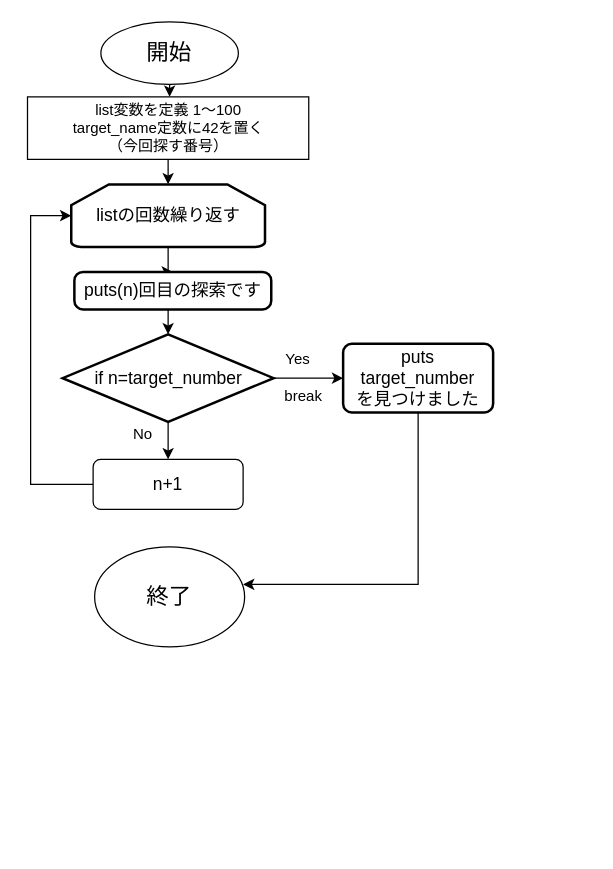
The draw.io diagram Untitled Diagram.drawio in TOUTA-T/achieve, before the edit. Source tidied: cells renumbered, new cells numbered last; positions are measured from the earlier drawing's top-left corner, leaving out a move shared by most shapes. Both pictures are drawn from the tidied source at 125%, with x=0, y=0 at pixel (28, 21).
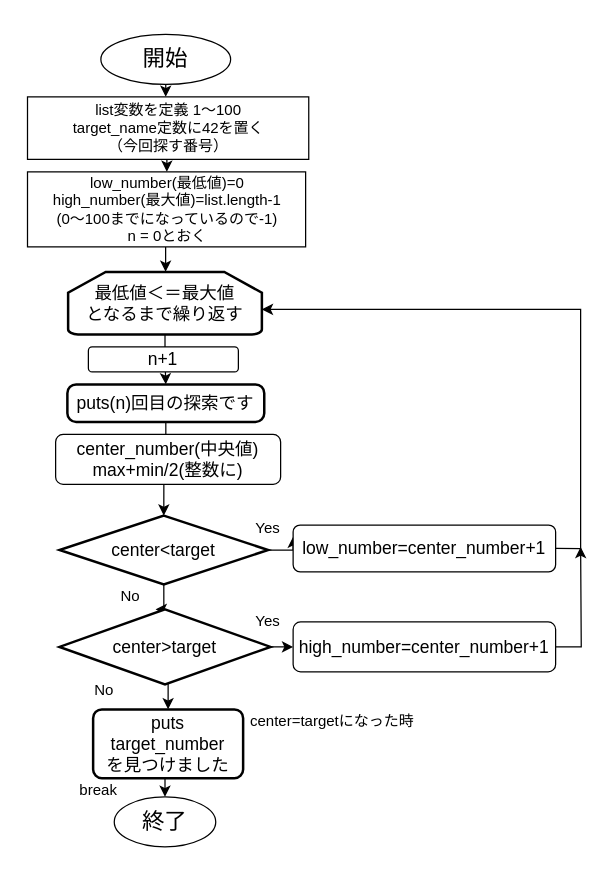
The same diagram, later.

Unchanged cells that the change refers to:
```xml
<mxCell id="6" value="list変数を定義 1～100&lt;br&gt;target_name定数に42を置く&lt;br&gt;（今回探す番号）" style="rounded=0;whiteSpace=wrap;html=1;" parent="1" vertex="1">
  <mxGeometry x="-0.5" y="60" width="225" height="50" as="geometry" />
</mxCell>
```

The edit, as a diff of the source:
```diff
@@
     <mxCell id="3" value="&lt;font style=&quot;font-size: 18px&quot;&gt;開始&lt;/font&gt;" style="ellipse;whiteSpace=wrap;html=1;" parent="1" vertex="1">
-      <mxGeometry x="58.2" width="110" height="50" as="geometry" />
+      <mxGeometry x="58.2" y="10" width="103.8" height="40" as="geometry" />
     </mxCell>
     <mxCell id="4" value="&lt;font style=&quot;font-size: 18px&quot;&gt;終了&lt;/font&gt;" style="ellipse;whiteSpace=wrap;html=1;" parent="1" vertex="1">
-      <mxGeometry x="53.2" y="420" width="120" height="80" as="geometry" />
+      <mxGeometry x="68.9" y="620" width="81.2" height="40" as="geometry" />
     </mxCell>
-    <mxCell id="5" style="edgeStyle=elbowEdgeStyle;rounded=0;jettySize=auto;html=1;fontSize=14;" parent="1" edge="1" source="6" target="8">
+    <mxCell id="5" style="edgeStyle=elbowEdgeStyle;rounded=0;jettySize=auto;html=1;fontSize=14;" parent="1" edge="1" source="23" target="8">
       <mxGeometry relative="1" as="geometry" />
     </mxCell>
@@
-    <mxCell id="7" style="edgeStyle=orthogonalEdgeStyle;rounded=0;jettySize=auto;html=1;exitX=0.5;exitY=1;exitDx=0;exitDy=0;exitPerimeter=0;" parent="1" edge="1" source="8" target="13">
+    <mxCell id="7" style="edgeStyle=orthogonalEdgeStyle;rounded=0;jettySize=auto;html=1;exitX=0.5;exitY=1;exitDx=0;exitDy=0;exitPerimeter=0;entryX=0.5;entryY=0;entryDx=0;entryDy=0;" parent="1" edge="1" source="8" target="13">
       <mxGeometry relative="1" as="geometry" />
     </mxCell>
-    <mxCell id="8" value="listの回数繰り返す" style="strokeWidth=2;html=1;shape=mxgraph.flowchart.loop_limit;whiteSpace=wrap;fontSize=14;" parent="1" vertex="1">
-      <mxGeometry x="34.5" y="130" width="155" height="50" as="geometry" />
+    <mxCell id="8" value="最低値＜＝最大値&lt;br&gt;となるまで繰り返す" style="strokeWidth=2;html=1;shape=mxgraph.flowchart.loop_limit;whiteSpace=wrap;fontSize=14;" parent="1" vertex="1">
+      <mxGeometry x="32" y="200" width="155" height="50" as="geometry" />
     </mxCell>
-    <mxCell id="9" style="edgeStyle=orthogonalEdgeStyle;rounded=0;jettySize=auto;html=1;exitX=0.5;exitY=1;exitDx=0;exitDy=0;entryX=0.5;entryY=0;entryDx=0;entryDy=0;" parent="1" edge="1" source="11" target="15">
-      <mxGeometry relative="1" as="geometry" />
-    </mxCell>
-    <mxCell id="10" style="edgeStyle=orthogonalEdgeStyle;rounded=0;jettySize=auto;html=1;" parent="1" edge="1" source="11" target="18">
+    <mxCell id="10" style="edgeStyle=orthogonalEdgeStyle;rounded=0;jettySize=auto;html=1;exitX=0.5;exitY=1;exitDx=0;exitDy=0;entryX=0.5;entryY=0;entryDx=0;entryDy=0;" parent="1" edge="1" source="11" target="18">
       <mxGeometry relative="1" as="geometry" />
     </mxCell>
+    <mxCell id="22" style="edgeStyle=orthogonalEdgeStyle;rounded=0;jettySize=auto;html=1;exitX=1;exitY=0.5;exitDx=0;exitDy=0;entryX=0;entryY=0.25;entryDx=0;entryDy=0;" parent="1" edge="1" source="11" target="31">
+      <mxGeometry relative="1" as="geometry" />
+    </mxCell>
-    <mxCell id="11" value="if n=target_number" style="rhombus;whiteSpace=wrap;html=1;fontFamily=Helvetica;fontSize=14;fontColor=#000000;align=center;strokeColor=#000000;strokeWidth=2;fillColor=#ffffff;" parent="1" vertex="1">
-      <mxGeometry x="27.6" y="250" width="168.8" height="70" as="geometry" />
+    <mxCell id="11" value="center&amp;lt;target" style="rhombus;whiteSpace=wrap;html=1;fontFamily=Helvetica;fontSize=14;fontColor=#000000;align=center;strokeColor=#000000;strokeWidth=2;fillColor=#ffffff;" parent="1" vertex="1">
+      <mxGeometry x="25.1" y="395" width="166.9" height="55" as="geometry" />
     </mxCell>
@@
     <mxCell id="13" value="puts(n)回目の探索です" style="rounded=1;whiteSpace=wrap;html=1;absoluteArcSize=1;arcSize=14;strokeWidth=2;fontSize=14;" parent="1" vertex="1">
-      <mxGeometry x="37" y="200" width="157.5" height="30" as="geometry" />
+      <mxGeometry x="31.4" y="290" width="157.5" height="30" as="geometry" />
     </mxCell>
-    <mxCell id="14" style="edgeStyle=orthogonalEdgeStyle;rounded=0;jettySize=auto;elbow=vertical;html=1;exitX=0;exitY=0.5;exitDx=0;exitDy=0;fontSize=14;entryX=0;entryY=0.5;entryDx=0;entryDy=0;entryPerimeter=0;" parent="1" edge="1" source="15" target="8">
-      <mxGeometry relative="1" as="geometry">
-        <Array as="points">
-          <mxPoint x="2" y="370" />
-          <mxPoint x="2" y="155" />
-        </Array>
-      </mxGeometry>
-    </mxCell>
-    <mxCell id="15" value="n+1" style="rounded=1;whiteSpace=wrap;html=1;fontFamily=Helvetica;fontSize=14;fontColor=#000000;align=center;strokeColor=#000000;fillColor=#ffffff;" parent="1" vertex="1">
-      <mxGeometry x="52" y="350" width="120" height="40" as="geometry" />
-    </mxCell>
     <mxCell id="16" value="No" style="text;html=1;strokeColor=none;fillColor=none;align=center;verticalAlign=middle;whiteSpace=wrap;rounded=0;" parent="1" vertex="1">
-      <mxGeometry x="72" y="320" width="40" height="20" as="geometry" />
+      <mxGeometry x="41.4" y="525" width="40" height="20" as="geometry" />
     </mxCell>
-    <mxCell id="17" style="edgeStyle=orthogonalEdgeStyle;rounded=0;jettySize=auto;html=1;exitX=0.5;exitY=1;exitDx=0;exitDy=0;entryX=0.99;entryY=0.375;entryDx=0;entryDy=0;entryPerimeter=0;" parent="1" edge="1" source="18" target="4">
-      <mxGeometry relative="1" as="geometry">
-        <Array as="points">
-          <mxPoint x="312" y="450" />
-        </Array>
-      </mxGeometry>
+    <mxCell id="17" style="edgeStyle=orthogonalEdgeStyle;rounded=0;jettySize=auto;html=1;exitX=0.5;exitY=1;exitDx=0;exitDy=0;entryX=0.5;entryY=0;entryDx=0;entryDy=0;" parent="1" edge="1" source="18" target="4">
+      <mxGeometry relative="1" as="geometry" />
     </mxCell>
     <mxCell id="18" value="puts&lt;br&gt;target_number&lt;br&gt;を見つけました" style="rounded=1;whiteSpace=wrap;html=1;absoluteArcSize=1;arcSize=14;strokeWidth=2;fontSize=14;" parent="1" vertex="1">
-      <mxGeometry x="252" y="257.5" width="120" height="55" as="geometry" />
+      <mxGeometry x="52" y="550" width="120" height="55" as="geometry" />
     </mxCell>
     <mxCell id="19" value="Yes" style="text;html=1;strokeColor=none;fillColor=none;align=center;verticalAlign=middle;whiteSpace=wrap;rounded=0;" parent="1" vertex="1">
-      <mxGeometry x="196.4" y="260" width="40" height="20" as="geometry" />
+      <mxGeometry x="172" y="395" width="40" height="20" as="geometry" />
     </mxCell>
@@
     <mxCell id="21" value="break" style="text;html=1;align=center;verticalAlign=middle;" parent="1" vertex="1">
-      <mxGeometry x="194.5" y="290" width="50" height="20" as="geometry" />
+      <mxGeometry x="31.4" y="605" width="50" height="20" as="geometry" />
     </mxCell>
+    <mxCell id="23" value="low_number(最低値)=0&lt;br&gt;high_number(最大値)=list.length-1&lt;br&gt;(0～100までになっているので-1)&lt;br&gt;n = 0とおく" style="rounded=0;whiteSpace=wrap;html=1;" parent="1" vertex="1">
+      <mxGeometry x="-0.5" y="120" width="222.5" height="60" as="geometry" />
+    </mxCell>
+    <mxCell id="24" style="edgeStyle=elbowEdgeStyle;rounded=0;jettySize=auto;html=1;fontSize=14;" parent="1" edge="1" source="6" target="23">
+      <mxGeometry relative="1" as="geometry" />
+    </mxCell>
+    <mxCell id="15" value="n+1" style="rounded=1;whiteSpace=wrap;html=1;fontFamily=Helvetica;fontSize=14;fontColor=#000000;align=center;strokeColor=#000000;fillColor=#ffffff;" parent="1" vertex="1">
+      <mxGeometry x="48.2" y="260" width="120" height="20" as="geometry" />
+    </mxCell>
+    <mxCell id="25" value="center_number(中央値)&lt;br&gt;max+min/2(整数に)" style="rounded=1;whiteSpace=wrap;html=1;fontFamily=Helvetica;fontSize=14;fontColor=#000000;align=center;strokeColor=#000000;fillColor=#ffffff;" parent="1" vertex="1">
+      <mxGeometry x="22" y="330" width="180" height="40" as="geometry" />
+    </mxCell>
+    <mxCell id="26" style="edgeStyle=orthogonalEdgeStyle;rounded=0;jettySize=auto;html=1;exitX=1;exitY=0.5;exitDx=0;exitDy=0;entryX=0;entryY=0.5;entryDx=0;entryDy=0;" parent="1" edge="1" source="28" target="33">
+      <mxGeometry relative="1" as="geometry" />
+    </mxCell>
+    <mxCell id="27" style="edgeStyle=orthogonalEdgeStyle;rounded=0;jettySize=auto;html=1;exitX=0.5;exitY=0;exitDx=0;exitDy=0;entryX=1;entryY=1;entryDx=0;entryDy=0;" parent="1" edge="1" source="28" target="29">
+      <mxGeometry relative="1" as="geometry" />
+    </mxCell>
+    <mxCell id="28" value="center&amp;gt;target" style="rhombus;whiteSpace=wrap;html=1;fontFamily=Helvetica;fontSize=14;fontColor=#000000;align=center;strokeColor=#000000;strokeWidth=2;fillColor=#ffffff;" parent="1" vertex="1">
+      <mxGeometry x="25.1" y="470" width="168.8" height="60" as="geometry" />
+    </mxCell>
+    <mxCell id="29" value="No" style="text;html=1;strokeColor=none;fillColor=none;align=center;verticalAlign=middle;whiteSpace=wrap;rounded=0;" parent="1" vertex="1">
+      <mxGeometry x="62" y="450" width="40" height="20" as="geometry" />
+    </mxCell>
+    <mxCell id="30" style="edgeStyle=orthogonalEdgeStyle;rounded=0;jettySize=auto;html=1;exitX=1;exitY=0.5;exitDx=0;exitDy=0;" parent="1" edge="1" source="31" target="8">
+      <mxGeometry relative="1" as="geometry">
+        <Array as="points">
+          <mxPoint x="442" y="421" />
+          <mxPoint x="442" y="230" />
+        </Array>
+      </mxGeometry>
+    </mxCell>
+    <mxCell id="31" value="low_number=center_number+1" style="rounded=1;whiteSpace=wrap;html=1;fontFamily=Helvetica;fontSize=14;fontColor=#000000;align=center;strokeColor=#000000;fillColor=#ffffff;" parent="1" vertex="1">
+      <mxGeometry x="212" y="402.5" width="210" height="37.5" as="geometry" />
+    </mxCell>
+    <mxCell id="32" style="edgeStyle=orthogonalEdgeStyle;rounded=0;jettySize=auto;html=1;exitX=1;exitY=0.5;exitDx=0;exitDy=0;" parent="1" edge="1" source="33">
+      <mxGeometry relative="1" as="geometry">
+        <mxPoint x="442" y="420" as="targetPoint" />
+      </mxGeometry>
+    </mxCell>
+    <mxCell id="33" value="high_number=center_number+1" style="rounded=1;whiteSpace=wrap;html=1;fontFamily=Helvetica;fontSize=14;fontColor=#000000;align=center;strokeColor=#000000;fillColor=#ffffff;" parent="1" vertex="1">
+      <mxGeometry x="212" y="480" width="210" height="40" as="geometry" />
+    </mxCell>
+    <mxCell id="34" style="edgeStyle=orthogonalEdgeStyle;rounded=0;orthogonalLoop=1;jettySize=auto;html=1;exitX=0.5;exitY=1;exitDx=0;exitDy=0;" parent="1" edge="1" source="28" target="28">
+      <mxGeometry relative="1" as="geometry" />
+    </mxCell>
+    <mxCell id="35" style="edgeStyle=orthogonalEdgeStyle;rounded=0;orthogonalLoop=1;jettySize=auto;html=1;exitX=0.5;exitY=1;exitDx=0;exitDy=0;" parent="1" edge="1" source="28" target="28">
+      <mxGeometry relative="1" as="geometry" />
+    </mxCell>
+    <mxCell id="36" value="Yes" style="text;html=1;strokeColor=none;fillColor=none;align=center;verticalAlign=middle;whiteSpace=wrap;rounded=0;" parent="1" vertex="1">
+      <mxGeometry x="172" y="470" width="40" height="20" as="geometry" />
+    </mxCell>
+    <mxCell id="37" value="center=targetになった時" style="text;html=1;align=center;verticalAlign=middle;" parent="1" vertex="1">
+      <mxGeometry x="168.2" y="550" width="150" height="20" as="geometry" />
+    </mxCell>
```
